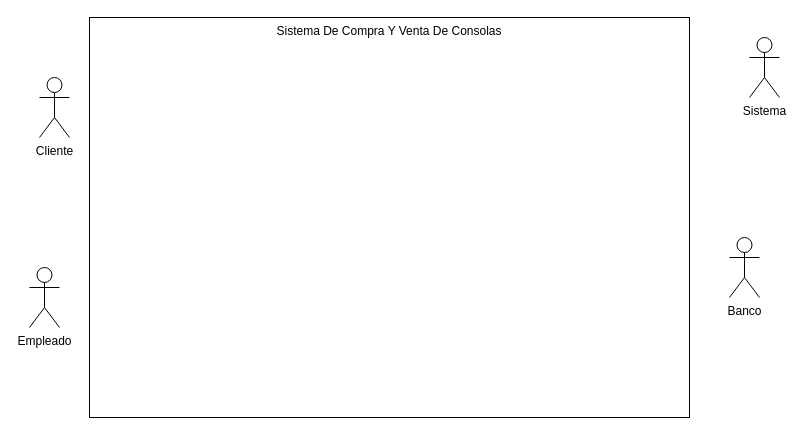
This is Untitled Diagram.drawio from mitri-dvp/diagramas, a draw.io file, before an edit. Source tidied: cells renumbered, new cells numbered last; positions are measured from the earlier drawing's top-left corner, leaving out a move shared by most shapes. Both pictures are drawn from the tidied source at 100%, with x=0, y=0 at pixel (29, 17).
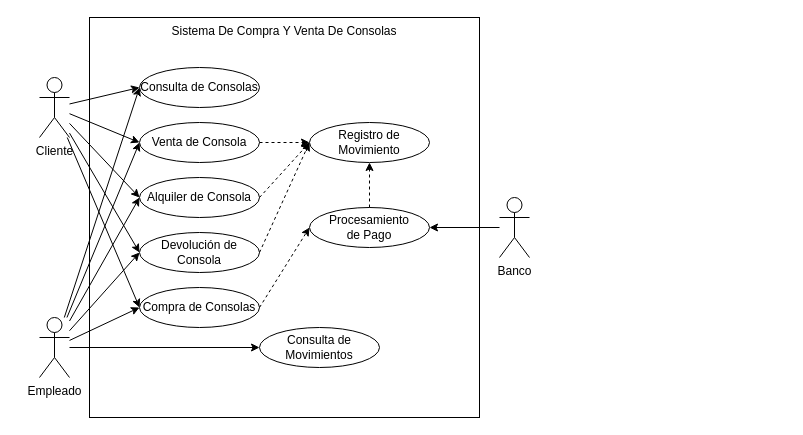
The same page after the edit.

The change refers to these unchanged cells:
```xml
<mxCell id="3" value="&lt;div&gt;Cliente&lt;/div&gt;" style="shape=umlActor;verticalLabelPosition=bottom;verticalAlign=top;html=1;outlineConnect=0;" parent="1" vertex="1">
  <mxGeometry x="10" y="60" width="30" height="60" as="geometry" />
</mxCell>
```

Change to the diagram source:
```diff
@@
     <mxCell id="2" value="Sistema De Compra Y Venta De Consolas" style="rounded=0;whiteSpace=wrap;html=1;verticalAlign=top;labelPosition=center;verticalLabelPosition=middle;align=center;horizontal=1;" parent="1" vertex="1">
-      <mxGeometry x="60" width="600" height="400" as="geometry" />
+      <mxGeometry x="60" width="390" height="400" as="geometry" />
     </mxCell>
@@
     <mxCell id="4" value="Empleado" style="shape=umlActor;verticalLabelPosition=bottom;verticalAlign=top;html=1;outlineConnect=0;" parent="1" vertex="1">
-      <mxGeometry y="250" width="30" height="60" as="geometry" />
+      <mxGeometry x="10" y="300" width="30" height="60" as="geometry" />
     </mxCell>
-    <mxCell id="5" value="Sistema" style="shape=umlActor;verticalLabelPosition=bottom;verticalAlign=top;html=1;" parent="1" vertex="1">
-      <mxGeometry x="720" y="20" width="30" height="60" as="geometry" />
-    </mxCell>
     <mxCell id="6" value="&lt;div&gt;Banco&lt;/div&gt;" style="shape=umlActor;verticalLabelPosition=bottom;verticalAlign=top;html=1;outlineConnect=0;" parent="1" vertex="1">
-      <mxGeometry x="700" y="220" width="30" height="60" as="geometry" />
+      <mxGeometry x="470" y="180" width="30" height="60" as="geometry" />
     </mxCell>
+    <mxCell id="7" value="Consulta de Consolas" style="ellipse;whiteSpace=wrap;html=1;flipV=0;" parent="1" vertex="1">
+      <mxGeometry x="110" y="50" width="120" height="40" as="geometry" />
+    </mxCell>
+    <mxCell id="8" value="Compra de Consolas" style="ellipse;whiteSpace=wrap;html=1;flipV=0;" parent="1" vertex="1">
+      <mxGeometry x="110" y="270" width="120" height="40" as="geometry" />
+    </mxCell>
+    <mxCell id="9" value="Venta de Consola" style="ellipse;whiteSpace=wrap;html=1;flipV=0;" parent="1" vertex="1">
+      <mxGeometry x="110" y="105" width="120" height="40" as="geometry" />
+    </mxCell>
+    <mxCell id="10" value="Alquiler de Consola" style="ellipse;whiteSpace=wrap;html=1;flipV=0;" parent="1" vertex="1">
+      <mxGeometry x="110" y="160" width="120" height="40" as="geometry" />
+    </mxCell>
+    <mxCell id="11" value="Devolución de Consola" style="ellipse;whiteSpace=wrap;html=1;flipV=0;" parent="1" vertex="1">
+      <mxGeometry x="110" y="215" width="120" height="40" as="geometry" />
+    </mxCell>
+    <mxCell id="12" value="Consulta de Movimientos" style="ellipse;whiteSpace=wrap;html=1;" parent="1" vertex="1">
+      <mxGeometry x="230" y="310" width="120" height="40" as="geometry" />
+    </mxCell>
+    <mxCell id="13" value="Procesamiento&lt;br&gt;de Pago" style="ellipse;whiteSpace=wrap;html=1;" parent="1" vertex="1">
+      <mxGeometry x="280" y="190" width="120" height="40" as="geometry" />
+    </mxCell>
+    <mxCell id="14" value="Registro de Movimiento" style="ellipse;whiteSpace=wrap;html=1;" parent="1" vertex="1">
+      <mxGeometry x="280" y="105" width="120" height="40" as="geometry" />
+    </mxCell>
+    <mxCell id="15" style="endArrow=classic;html=1;entryX=0;entryY=0.5;entryDx=0;entryDy=0;" parent="1" edge="1" source="3" target="7">
+      <mxGeometry relative="1" as="geometry" />
+    </mxCell>
+    <mxCell id="16" style="endArrow=classic;html=1;entryX=0;entryY=0.5;entryDx=0;entryDy=0;" parent="1" edge="1" source="3" target="9">
+      <mxGeometry relative="1" as="geometry" />
+    </mxCell>
+    <mxCell id="17" style="endArrow=classic;html=1;entryX=0;entryY=0.5;entryDx=0;entryDy=0;" parent="1" edge="1" source="3" target="10">
+      <mxGeometry relative="1" as="geometry" />
+    </mxCell>
+    <mxCell id="18" style="endArrow=classic;html=1;entryX=0;entryY=0.5;entryDx=0;entryDy=0;" parent="1" edge="1" source="3" target="11">
+      <mxGeometry relative="1" as="geometry" />
+    </mxCell>
+    <mxCell id="19" style="endArrow=classic;html=1;entryX=0;entryY=0.5;entryDx=0;entryDy=0;" parent="1" edge="1" source="3" target="8">
+      <mxGeometry relative="1" as="geometry" />
+    </mxCell>
+    <mxCell id="20" style="endArrow=classic;html=1;entryX=0;entryY=0.5;entryDx=0;entryDy=0;" parent="1" edge="1" source="4" target="7">
+      <mxGeometry relative="1" as="geometry" />
+    </mxCell>
+    <mxCell id="21" style="endArrow=classic;html=1;entryX=0;entryY=0.5;entryDx=0;entryDy=0;" parent="1" edge="1" source="4" target="9">
+      <mxGeometry relative="1" as="geometry" />
+    </mxCell>
+    <mxCell id="22" style="endArrow=classic;html=1;entryX=0;entryY=0.5;entryDx=0;entryDy=0;" parent="1" edge="1" source="4" target="10">
+      <mxGeometry relative="1" as="geometry" />
+    </mxCell>
+    <mxCell id="23" style="endArrow=classic;html=1;entryX=0;entryY=0.5;entryDx=0;entryDy=0;" parent="1" edge="1" source="4" target="12">
+      <mxGeometry relative="1" as="geometry" />
+    </mxCell>
+    <mxCell id="24" style="endArrow=classic;html=1;entryX=0;entryY=0.5;entryDx=0;entryDy=0;" parent="1" edge="1" source="4" target="11">
+      <mxGeometry relative="1" as="geometry" />
+    </mxCell>
+    <mxCell id="25" style="endArrow=classic;html=1;entryX=0;entryY=0.5;entryDx=0;entryDy=0;" parent="1" edge="1" source="4" target="8">
+      <mxGeometry relative="1" as="geometry" />
+    </mxCell>
+    <mxCell id="26" style="endArrow=classic;html=1;entryX=1;entryY=0.5;entryDx=0;entryDy=0;" parent="1" edge="1" source="6" target="13">
+      <mxGeometry relative="1" as="geometry" />
+    </mxCell>
+    <mxCell id="27" style="endArrow=classic;html=1;dashed=1;exitX=1;exitY=0.5;exitDx=0;exitDy=0;entryX=0;entryY=0.5;entryDx=0;entryDy=0;" parent="1" edge="1" source="9" target="14">
+      <mxGeometry relative="1" as="geometry" />
+    </mxCell>
+    <mxCell id="28" style="endArrow=classic;html=1;dashed=1;exitX=1;exitY=0.5;exitDx=0;exitDy=0;entryX=0;entryY=0.5;entryDx=0;entryDy=0;" parent="1" edge="1" source="10" target="14">
+      <mxGeometry relative="1" as="geometry" />
+    </mxCell>
+    <mxCell id="29" style="endArrow=classic;html=1;dashed=1;exitX=1;exitY=0.5;exitDx=0;exitDy=0;entryX=0;entryY=0.5;entryDx=0;entryDy=0;" parent="1" edge="1" source="11" target="14">
+      <mxGeometry relative="1" as="geometry" />
+    </mxCell>
+    <mxCell id="30" style="endArrow=classic;html=1;dashed=1;exitX=1;exitY=0.5;exitDx=0;exitDy=0;entryX=0;entryY=0.5;entryDx=0;entryDy=0;" parent="1" edge="1" source="8" target="13">
+      <mxGeometry relative="1" as="geometry" />
+    </mxCell>
+    <mxCell id="31" style="endArrow=classic;html=1;dashed=1;entryX=0.5;entryY=1;entryDx=0;entryDy=0;exitX=0.5;exitY=0;exitDx=0;exitDy=0;" parent="1" edge="1" source="13" target="14">
+      <mxGeometry relative="1" as="geometry" />
+    </mxCell>
```
